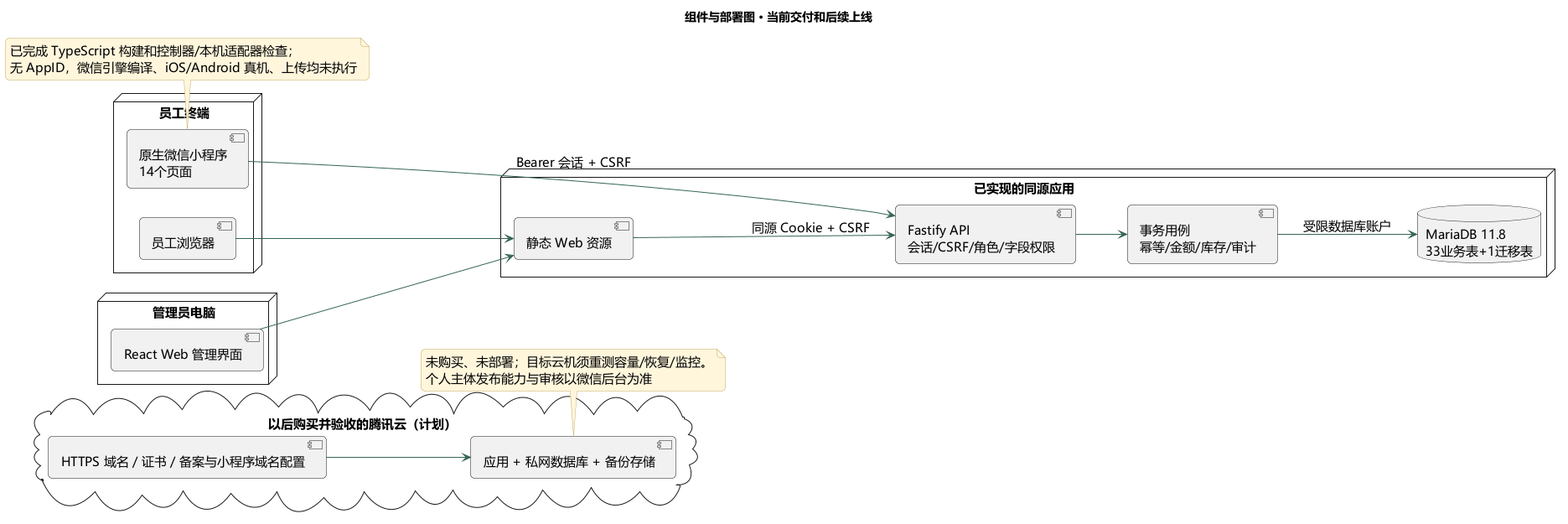
xingchenyd/foxcore-retail keeps this PlantUML diagram as docs/retail-operations/diagrams/09-architecture-deployment.png. Above is the earlier version. Its diagram source:
```plantuml
@startuml
skinparam defaultFontName Microsoft YaHei
skinparam defaultFontSize 15
skinparam backgroundColor #FFFFFF
skinparam shadowing false
skinparam roundcorner 10
skinparam ArrowColor #356553
skinparam LineColor #356553
skinparam packageStyle rectangle
skinparam classBackgroundColor #F4F7EF
skinparam classBorderColor #356553
skinparam usecaseBackgroundColor #F4F7EF
skinparam usecaseBorderColor #356553
skinparam stateBackgroundColor #F4F7EF
skinparam stateBorderColor #356553
skinparam noteBackgroundColor #FFF6DC
skinparam noteBorderColor #C7AB63
hide empty members
title 组件与部署图 · 当前交付和后续上线
left to right direction
node "员工终端" {
component "原生微信小程序\n14个页面" as Mini
component "员工浏览器" as StaffWeb
}
node "管理员电脑" {
component "React Web 管理界面" as OwnerWeb
}
node "已实现的同源应用" {
component "静态 Web 资源" as Web
component "Fastify API\n会话/CSRF/角色/字段权限" as API
component "事务用例\n幂等/金额/库存/审计" as Usecases
database "MariaDB 11.8\n33业务表+1迁移表" as DB
}
Mini --> API : Bearer 会话 + CSRF
StaffWeb --> Web
OwnerWeb --> Web
Web --> API : 同源 Cookie + CSRF
API --> Usecases
Usecases --> DB : 受限数据库账户
cloud "以后购买并验收的腾讯云（计划）" {
component "HTTPS 域名 / 证书 / 备案与小程序域名配置" as HTTPS
component "应用 + 私网数据库 + 备份存储" as CloudApp
HTTPS --> CloudApp
}
note bottom of CloudApp : 未购买、未部署；目标云机须重测容量/恢复/监控。\n个人主体发布能力与审核以微信后台为准
note bottom of Mini : 已完成 TypeScript 构建和控制器/本机适配器检查；\n无 AppID，微信引擎编译、iOS/Android 真机、上传均未执行
@enduml
```
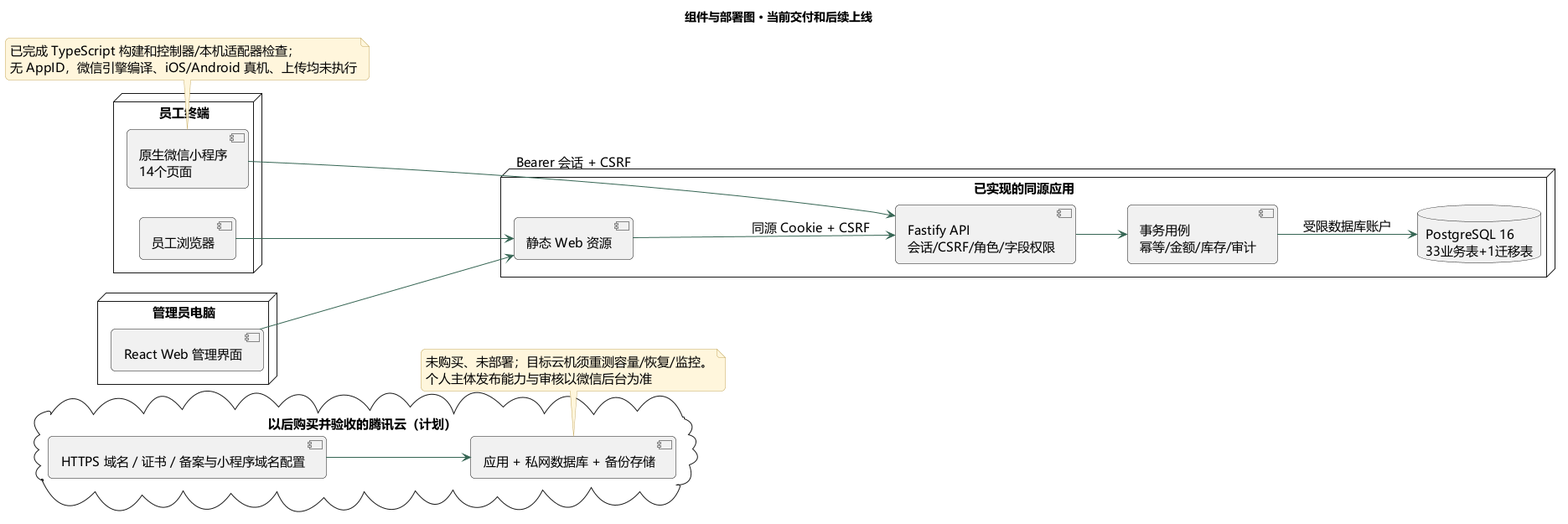
Above is the later version.

Change to the diagram source:
```diff
@@ -29,7 +29,7 @@
 component "静态 Web 资源" as Web
 component "Fastify API\n会话/CSRF/角色/字段权限" as API
 component "事务用例\n幂等/金额/库存/审计" as Usecases
-database "MariaDB 11.8\n33业务表+1迁移表" as DB
+database "PostgreSQL 16\n33业务表+1迁移表" as DB
 }
 Mini --> API : Bearer 会话 + CSRF
 StaffWeb --> Web
```
